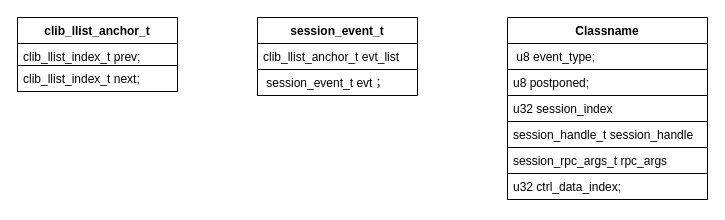
Above: new_map/vppinfra-llist.drawio in jin13417/dpdk-vpp-learning (draw.io), before the change. Source tidied: cells renumbered, new cells numbered last; positions are measured from the earlier drawing's top-left corner, leaving out a move shared by most shapes. Both pictures are drawn from the tidied source at 100%, with x=0, y=0 at pixel (17, 17).
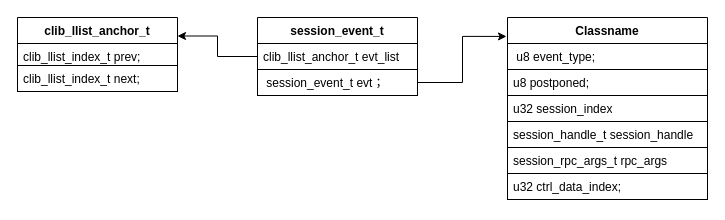
The same page after the edit.

What changed in the source:
```diff
@@
 <mxGraphModel>
   <root>
     <mxCell id="0" />
     <mxCell id="1" parent="0" />
     <mxCell id="2" value="clib_llist_anchor_t" style="swimlane;fontStyle=1;align=center;verticalAlign=top;horizontal=1;startSize=26;whiteSpace=wrap;html=1;" parent="1" vertex="1">
       <mxGeometry width="160" height="74" as="geometry" />
     </mxCell>
     <mxCell id="3" value="clib_llist_index_t prev;" style="text;strokeColor=default;fillColor=none;align=left;verticalAlign=top;spacingLeft=4;spacingRight=4;overflow=hidden;whiteSpace=wrap;html=1;" parent="2" vertex="1">
       <mxGeometry y="26" width="160" height="22" as="geometry" />
     </mxCell>
     <mxCell id="4" value="clib_llist_index_t next;" style="text;strokeColor=default;fillColor=none;align=left;verticalAlign=top;spacingLeft=4;spacingRight=4;overflow=hidden;whiteSpace=wrap;html=1;" parent="2" vertex="1">
       <mxGeometry y="48" width="160" height="26" as="geometry" />
     </mxCell>
     <mxCell id="5" value="session_event_t" style="swimlane;fontStyle=1;align=center;verticalAlign=top;horizontal=1;startSize=26;whiteSpace=wrap;html=1;strokeColor=default;" parent="1" vertex="1">
       <mxGeometry x="240" width="160" height="78" as="geometry" />
     </mxCell>
     <mxCell id="6" value="clib_llist_anchor_t evt_list" style="text;strokeColor=default;fillColor=none;align=left;verticalAlign=top;spacingLeft=4;spacingRight=4;overflow=hidden;points=[[0,0.5],[1,0.5]];portConstraint=eastwest;whiteSpace=wrap;html=1;" parent="5" vertex="1">
       <mxGeometry y="26" width="160" height="26" as="geometry" />
     </mxCell>
     <mxCell id="7" value="&amp;nbsp;session_event_t evt；" style="text;strokeColor=default;fillColor=none;align=left;verticalAlign=top;spacingLeft=4;spacingRight=4;overflow=hidden;points=[[0,0.5],[1,0.5]];portConstraint=eastwest;whiteSpace=wrap;html=1;" parent="5" vertex="1">
       <mxGeometry y="52" width="160" height="26" as="geometry" />
     </mxCell>
     <mxCell id="8" value="Classname" style="swimlane;fontStyle=1;align=center;verticalAlign=top;horizontal=1;startSize=26;whiteSpace=wrap;html=1;" parent="1" vertex="1">
       <mxGeometry x="490" width="200" height="182" as="geometry" />
     </mxCell>
     <mxCell id="9" value="&amp;nbsp;u8 event_type;" style="text;strokeColor=default;fillColor=none;align=left;verticalAlign=top;spacingLeft=4;spacingRight=4;overflow=hidden;whiteSpace=wrap;html=1;" parent="8" vertex="1">
       <mxGeometry y="26" width="200" height="26" as="geometry" />
     </mxCell>
     <mxCell id="10" value="u8 postponed;" style="text;strokeColor=default;fillColor=none;align=left;verticalAlign=top;spacingLeft=4;spacingRight=4;overflow=hidden;whiteSpace=wrap;html=1;" parent="8" vertex="1">
       <mxGeometry y="52" width="200" height="26" as="geometry" />
     </mxCell>
     <mxCell id="11" value="u32 session_index" style="text;strokeColor=default;fillColor=none;align=left;verticalAlign=top;spacingLeft=4;spacingRight=4;overflow=hidden;whiteSpace=wrap;html=1;" parent="8" vertex="1">
       <mxGeometry y="78" width="200" height="26" as="geometry" />
     </mxCell>
     <mxCell id="12" value="session_handle_t session_handle" style="text;strokeColor=default;fillColor=none;align=left;verticalAlign=top;spacingLeft=4;spacingRight=4;overflow=hidden;whiteSpace=wrap;html=1;" parent="8" vertex="1">
       <mxGeometry y="104" width="200" height="26" as="geometry" />
     </mxCell>
     <mxCell id="13" value="session_rpc_args_t rpc_args" style="text;strokeColor=default;fillColor=none;align=left;verticalAlign=top;spacingLeft=4;spacingRight=4;overflow=hidden;whiteSpace=wrap;html=1;" parent="8" vertex="1">
       <mxGeometry y="130" width="200" height="26" as="geometry" />
     </mxCell>
     <mxCell id="14" value="u32 ctrl_data_index;" style="text;strokeColor=default;fillColor=none;align=left;verticalAlign=top;spacingLeft=4;spacingRight=4;overflow=hidden;whiteSpace=wrap;html=1;" parent="8" vertex="1">
       <mxGeometry y="156" width="200" height="26" as="geometry" />
     </mxCell>
+    <mxCell id="15" style="edgeStyle=orthogonalEdgeStyle;rounded=0;jettySize=auto;html=1;exitX=0;exitY=0.5;exitDx=0;exitDy=0;entryX=1;entryY=0.25;entryDx=0;entryDy=0;" parent="1" edge="1" source="6" target="2">
+      <mxGeometry relative="1" as="geometry" />
+    </mxCell>
+    <mxCell id="16" style="edgeStyle=orthogonalEdgeStyle;rounded=0;jettySize=auto;html=1;exitX=1;exitY=0.5;exitDx=0;exitDy=0;entryX=-0.005;entryY=0.104;entryDx=0;entryDy=0;entryPerimeter=0;" parent="1" edge="1" source="7" target="8">
+      <mxGeometry relative="1" as="geometry" />
+    </mxCell>
   </root>
 </mxGraphModel>
```
